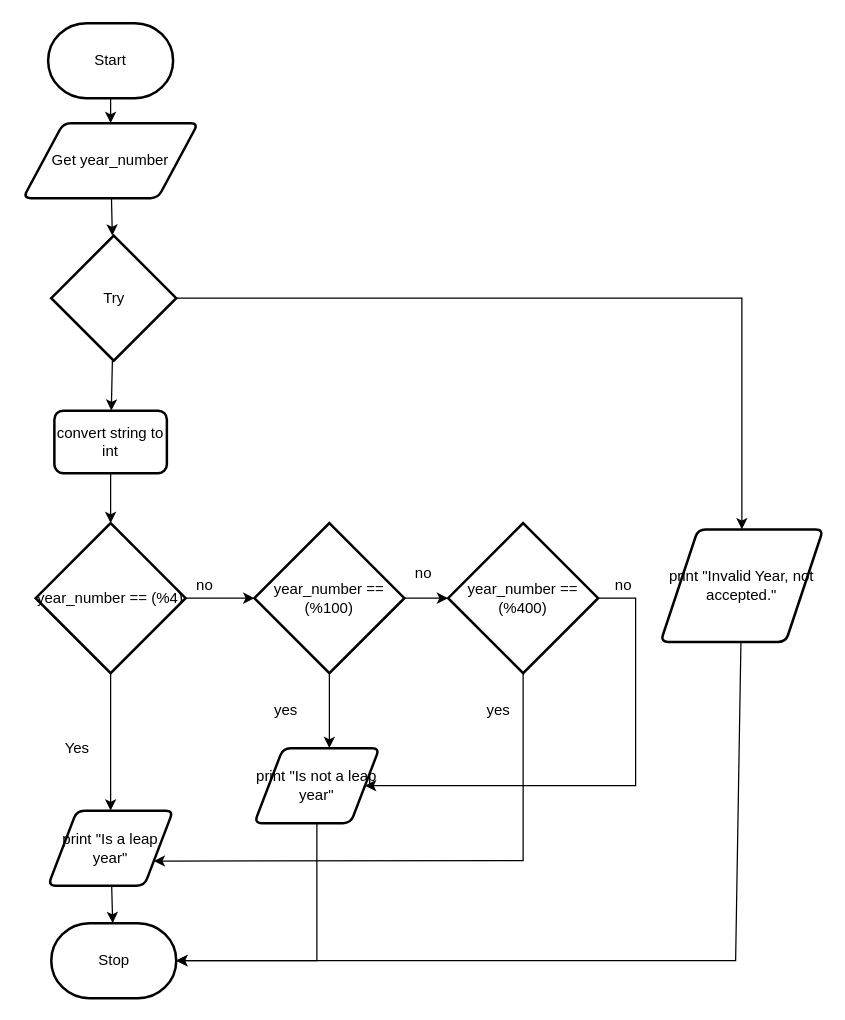
This is Draw.io/Flowchart.drawio from Peter-Gemmell/ICS3U-Unt3-08-Python, a draw.io file, before an edit. Source tidied: cells renumbered, new cells numbered last; positions are measured from the earlier drawing's top-left corner, leaving out a move shared by most shapes. Both pictures are drawn from the tidied source at 125%, with x=0, y=0 at pixel (22, 22).
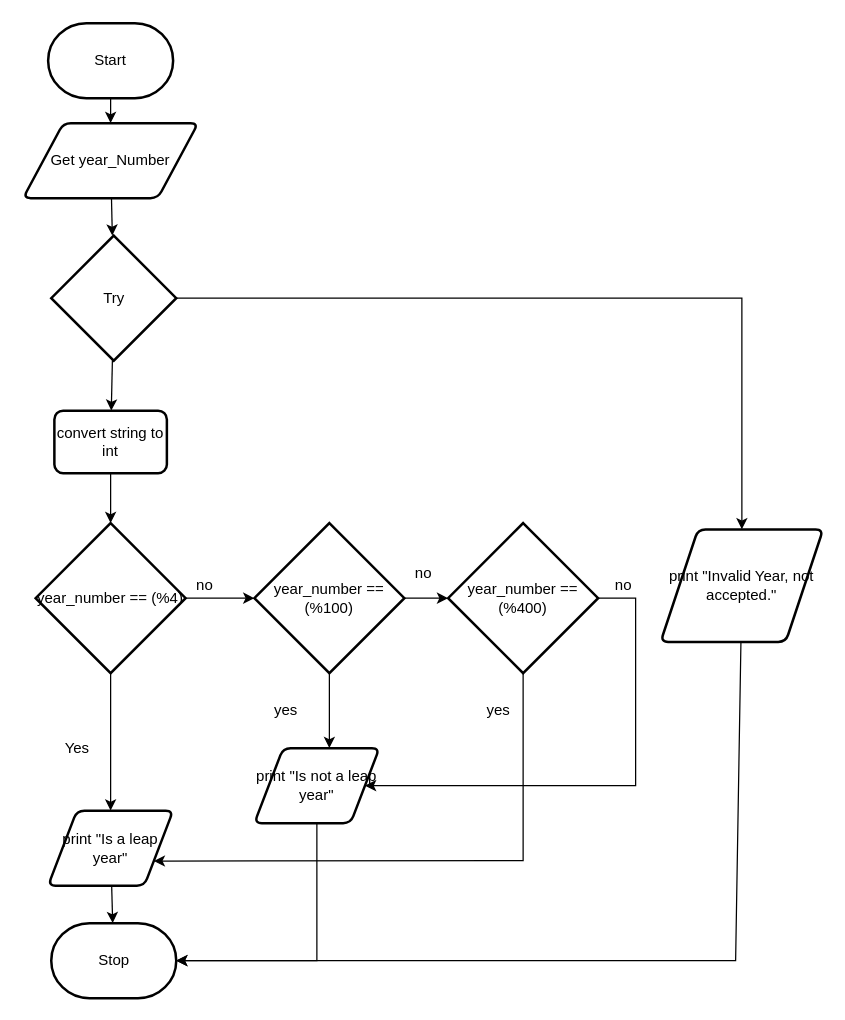
The same diagram, later.

The edit, as a diff of the source:
```diff
@@
-    <mxCell id="5" value="Get year_number" style="shape=parallelogram;html=1;strokeWidth=2;perimeter=parallelogramPerimeter;whiteSpace=wrap;rounded=1;arcSize=12;size=0.23;" parent="1" vertex="1">
+    <mxCell id="5" value="Get year_Number" style="shape=parallelogram;html=1;strokeWidth=2;perimeter=parallelogramPerimeter;whiteSpace=wrap;rounded=1;arcSize=12;size=0.23;" parent="1" vertex="1">
       <mxGeometry y="80" width="140" height="60" as="geometry" />
     </mxCell>
```
